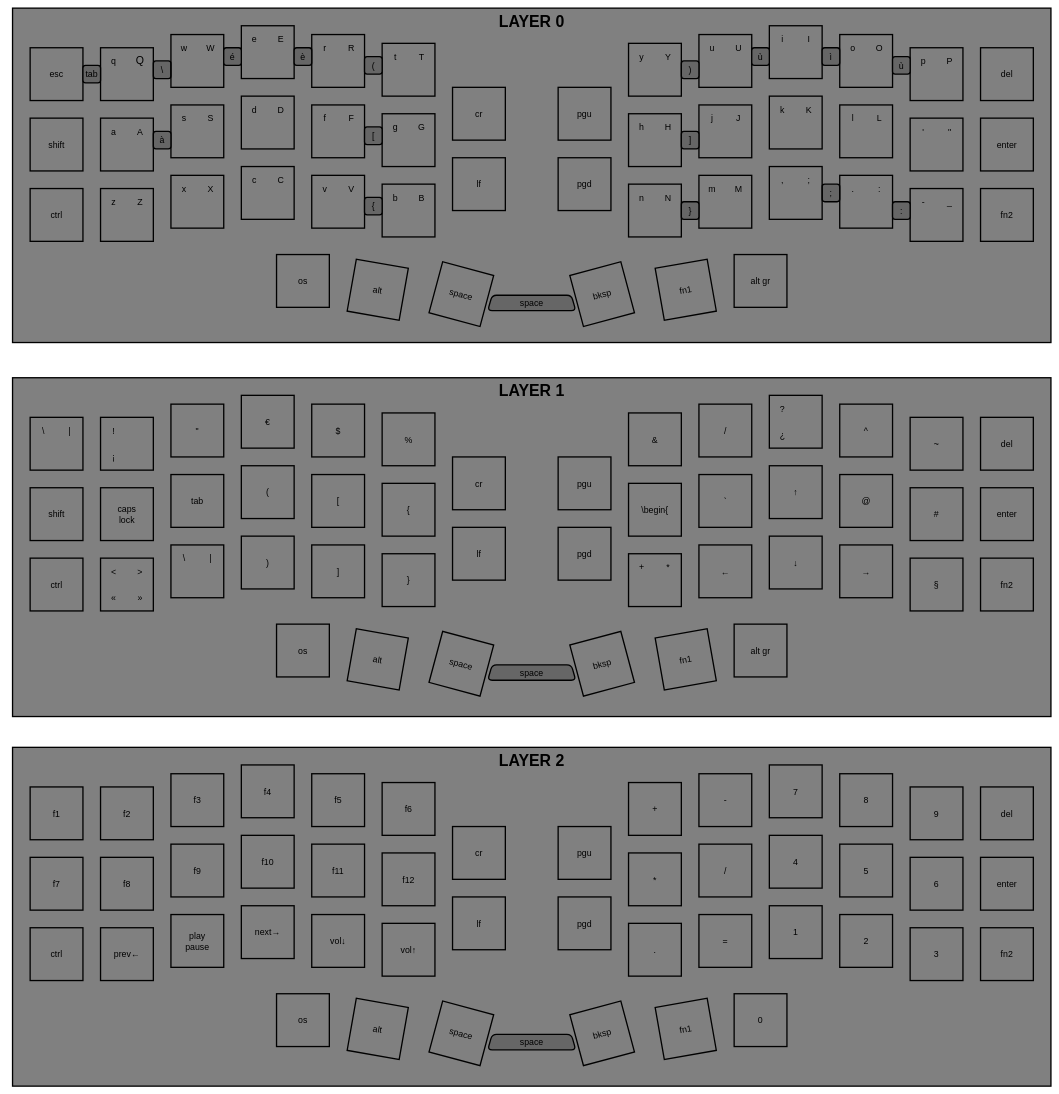
This is layout.dio from dellarosciagiorgio/crkbd, a draw.io file, before an edit. Source tidied: cells renumbered, new cells numbered last; positions are measured from the earlier drawing's top-left corner, leaving out a move shared by most shapes. Both pictures are drawn from the tidied source at 44%, with x=0, y=0 at pixel (12, 8).
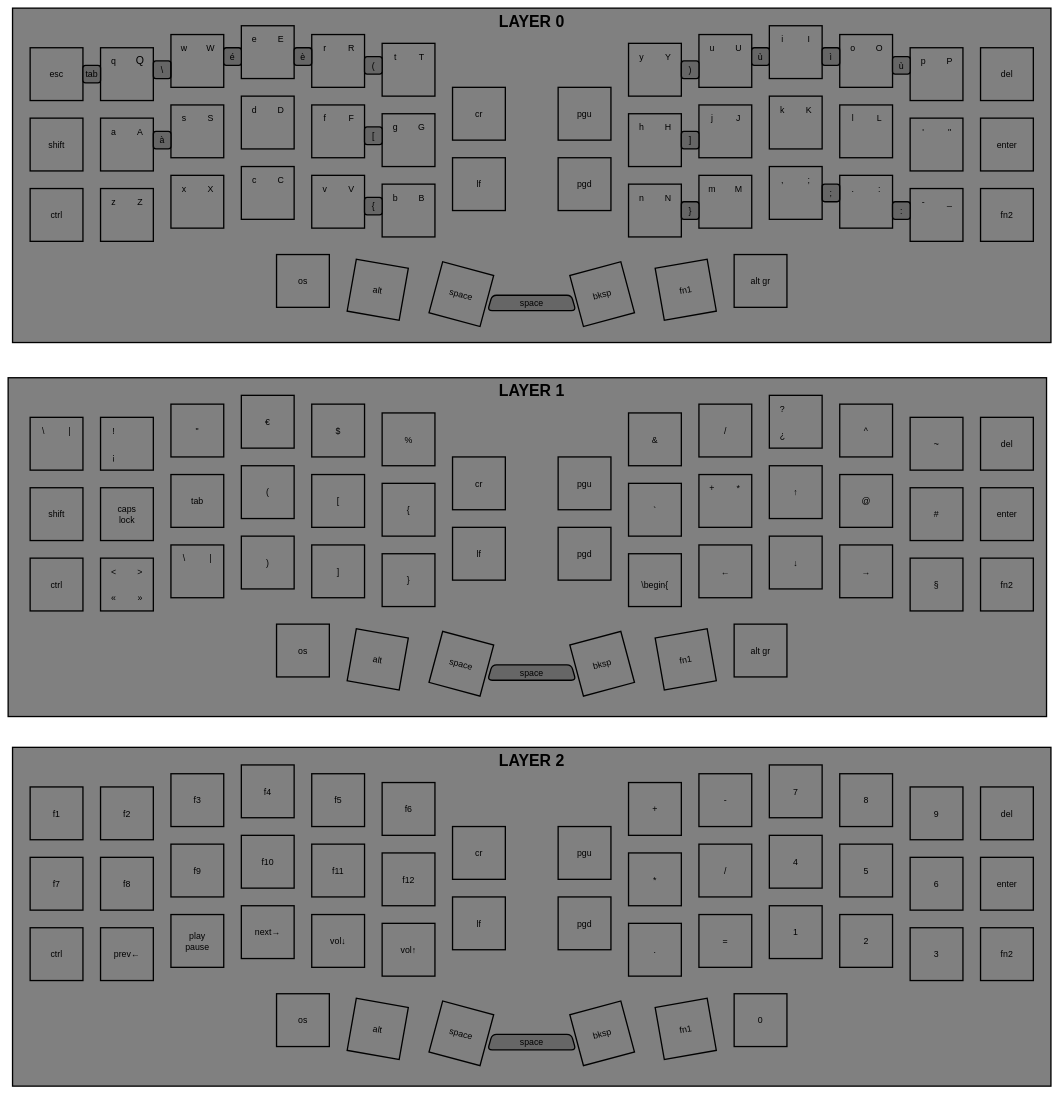
Above is the later version.

What changed in the source:
```diff
@@
     <mxCell id="2" style="rounded=0;whiteSpace=wrap;html=1;fillColor=#808080;strokeWidth=3;strokeColor=#000000;fontColor=default;" parent="1" vertex="1">
-      <mxGeometry y="840" width="2360" height="770" as="geometry" />
+      <mxGeometry x="-10" y="840" width="2360" height="770" as="geometry" />
     </mxCell>
@@
     <mxCell id="341" value="&lt;font style=&quot;font-size: 20px; color: rgb(0, 0, 0);&quot;&gt;\begin{&lt;/font&gt;" style="text;html=1;strokeColor=none;fillColor=none;align=center;verticalAlign=middle;whiteSpace=wrap;rounded=0;strokeWidth=1;fontFamily=Cascadia Code;fontColor=default;" parent="1" vertex="1">
-      <mxGeometry x="1430" y="1110" width="60" height="60" as="geometry" />
+      <mxGeometry x="1430" y="1280" width="60" height="60" as="geometry" />
     </mxCell>
@@
-    <mxCell id="353" value="&lt;span style=&quot;font-size: 20px;&quot;&gt;`&lt;/span&gt;" style="text;html=1;strokeColor=none;fillColor=none;align=center;verticalAlign=middle;whiteSpace=wrap;rounded=0;strokeWidth=1;fontFamily=Cascadia Code;fontColor=default;" parent="1" vertex="1">
-      <mxGeometry x="1590" y="1090" width="60" height="60" as="geometry" />
-    </mxCell>
@@
     <mxCell id="357" value="&lt;font style=&quot;font-size: 20px; color: rgb(0, 0, 0);&quot;&gt;+&lt;/font&gt;" style="text;html=1;strokeColor=none;fillColor=none;align=center;verticalAlign=middle;whiteSpace=wrap;rounded=0;strokeWidth=1;fontFamily=Cascadia Code;fontColor=default;rotation=0;" parent="1" vertex="1">
-      <mxGeometry x="1400" y="1240" width="60" height="60" as="geometry" />
+      <mxGeometry x="1560" y="1060" width="60" height="60" as="geometry" />
     </mxCell>
     <mxCell id="358" value="&lt;font style=&quot;font-size: 20px; color: rgb(0, 0, 0);&quot;&gt;*&lt;/font&gt;" style="text;html=1;strokeColor=none;fillColor=none;align=center;verticalAlign=middle;whiteSpace=wrap;rounded=0;strokeWidth=1;fontFamily=Cascadia Code;fontColor=default;rotation=0;" parent="1" vertex="1">
-      <mxGeometry x="1460" y="1240" width="60" height="60" as="geometry" />
+      <mxGeometry x="1620" y="1060" width="60" height="60" as="geometry" />
     </mxCell>
@@
+    <mxCell id="353" value="&lt;font style=&quot;font-size: 20px; color: rgb(0, 0, 0);&quot;&gt;`&lt;/font&gt;" style="text;html=1;strokeColor=none;fillColor=none;align=center;verticalAlign=middle;whiteSpace=wrap;rounded=0;strokeWidth=1;fontFamily=Cascadia Code;fontColor=default;rotation=0;" parent="1" vertex="1">
+      <mxGeometry x="1430" y="1110" width="60" height="60" as="geometry" />
+    </mxCell>
```
